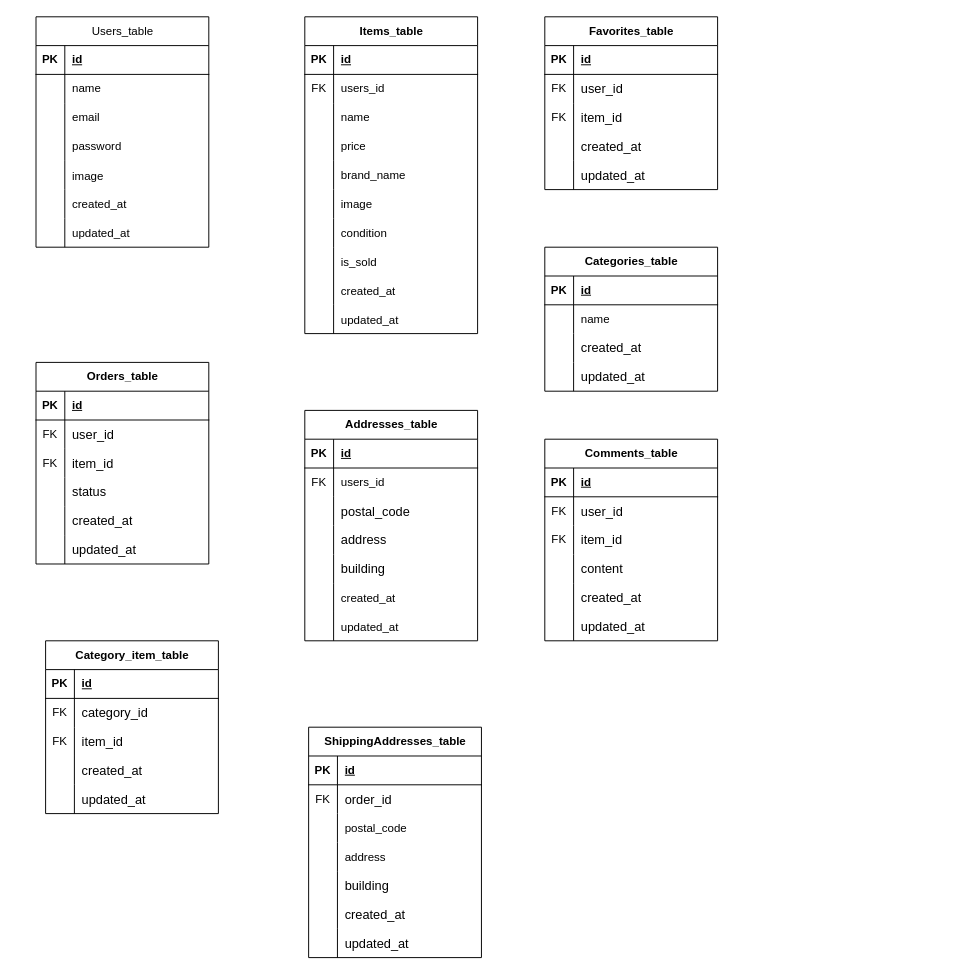
pokimaru3/-Tokaji-Suzuka--mogi-test1 keeps this draw.io diagram as docs/ER.drawio. Above is the earlier version. Source tidied: cells renumbered, new cells numbered last; positions are measured from the earlier drawing's top-left corner, leaving out a move shared by most shapes. Both pictures are drawn from the tidied source at 96%, with x=0, y=0 at pixel (36, 16).
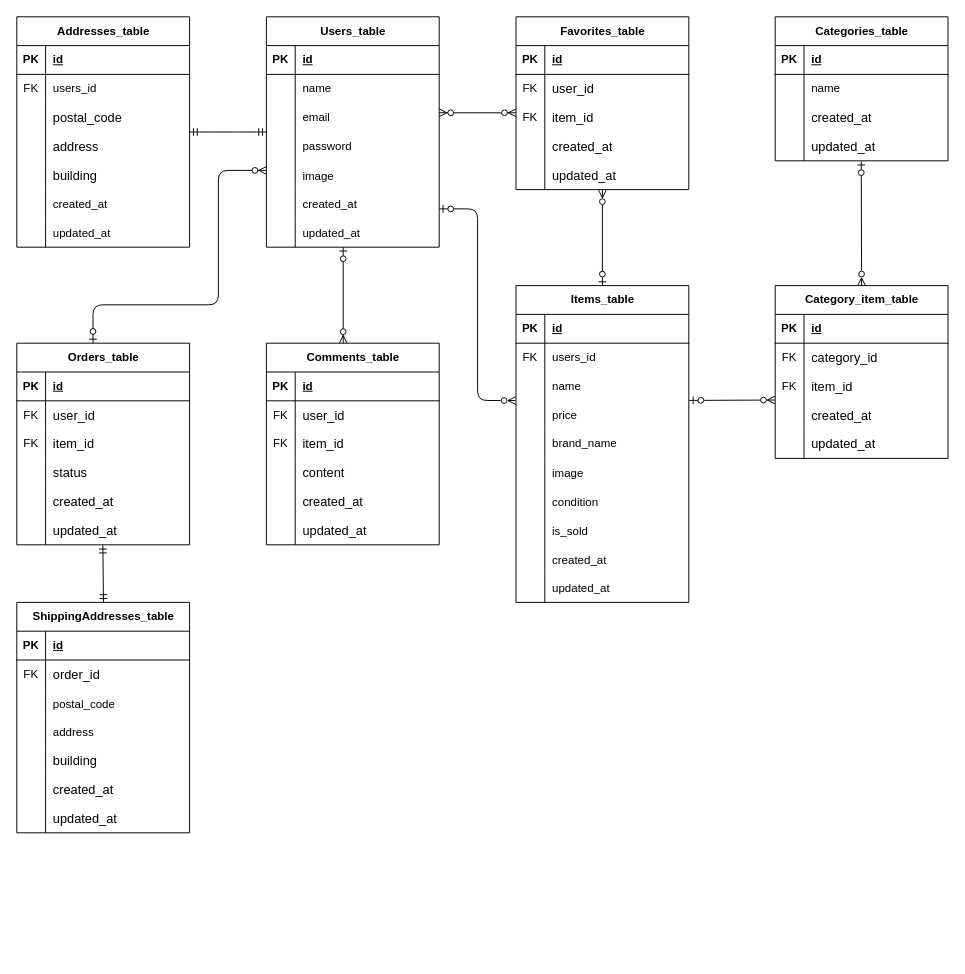
The same diagram, later.

Unchanged cells that the change refers to:
```xml
<mxCell id="9" style="shape=tableRow;horizontal=0;startSize=0;swimlaneHead=0;swimlaneBody=0;fillColor=none;points=[[0,0.5],[1,0.5]];portConstraint=eastwest;top=0;left=0;right=0;bottom=0;" parent="2" vertex="1">
  <mxGeometry y="90" width="180" height="30" as="geometry" />
</mxCell>
<mxCell id="18" style="shape=tableRow;horizontal=0;startSize=0;swimlaneHead=0;swimlaneBody=0;fillColor=none;points=[[0,0.5],[1,0.5]];portConstraint=eastwest;top=0;left=0;right=0;bottom=0;" parent="2" vertex="1">
  <mxGeometry y="180" width="180" height="30" as="geometry" />
</mxCell>
<mxCell id="34" style="shape=tableRow;horizontal=0;startSize=0;swimlaneHead=0;swimlaneBody=0;fillColor=none;points=[[0,0.5],[1,0.5]];portConstraint=eastwest;top=0;left=0;right=0;bottom=0;" parent="24" vertex="1">
  <mxGeometry y="120" width="180" height="30" as="geometry" />
</mxCell>
<mxCell id="71" style="shape=tableRow;horizontal=0;startSize=0;swimlaneHead=0;swimlaneBody=0;fillColor=none;points=[[0,0.5],[1,0.5]];portConstraint=eastwest;top=0;left=0;right=0;bottom=0;" parent="55" vertex="1">
  <mxGeometry y="180" width="180" height="30" as="geometry" />
</mxCell>
<mxCell id="109" style="shape=tableRow;horizontal=0;startSize=0;swimlaneHead=0;swimlaneBody=0;fillColor=none;points=[[0,0.5],[1,0.5]];portConstraint=eastwest;top=0;left=0;right=0;bottom=0;" parent="96" vertex="1">
  <mxGeometry y="150" width="180" height="30" as="geometry" />
</mxCell>
<mxCell id="122" style="shape=tableRow;horizontal=0;startSize=0;swimlaneHead=0;swimlaneBody=0;fillColor=none;points=[[0,0.5],[1,0.5]];portConstraint=eastwest;top=0;left=0;right=0;bottom=0;" parent="112" vertex="1">
  <mxGeometry y="120" width="180" height="30" as="geometry" />
</mxCell>
<mxCell id="154" style="shape=tableRow;horizontal=0;startSize=0;swimlaneHead=0;swimlaneBody=0;fillColor=none;points=[[0,0.5],[1,0.5]];portConstraint=eastwest;top=0;left=0;right=0;bottom=0;" parent="144" vertex="1">
  <mxGeometry y="120" width="180" height="30" as="geometry" />
</mxCell>
```

What changed in the source:
```diff
@@
-    <mxCell id="2" value="Users_table" style="shape=table;startSize=30;childLayout=tableLayout;rowLines=0;fontStyle=0;align=center;html=1;" parent="1" vertex="1">
-      <mxGeometry width="180" height="240" as="geometry" />
+    <mxCell id="2" value="&lt;b&gt;Users_table&lt;/b&gt;" style="shape=table;startSize=30;childLayout=tableLayout;rowLines=0;fontStyle=0;align=center;html=1;" parent="1" vertex="1">
+      <mxGeometry x="240" width="180" height="240" as="geometry" />
     </mxCell>
@@
     <mxCell id="24" value="Items_table" style="shape=table;startSize=30;childLayout=tableLayout;rowLines=0;fontStyle=1;align=center;html=1;" parent="1" vertex="1">
-      <mxGeometry x="280" width="180" height="330" as="geometry" />
+      <mxGeometry x="500" y="280" width="180" height="330" as="geometry" />
     </mxCell>
@@
     <mxCell id="55" value="Orders_table" style="shape=table;startSize=30;childLayout=tableLayout;rowLines=0;fontStyle=1;align=center;html=1;" parent="1" vertex="1">
-      <mxGeometry y="360" width="180" height="210" as="geometry" />
+      <mxGeometry x="-20" y="340" width="180" height="210" as="geometry" />
     </mxCell>
@@
     <mxCell id="74" value="Addresses_table" style="shape=table;startSize=30;childLayout=tableLayout;rowLines=0;fontStyle=1;align=center;html=1;" parent="1" vertex="1">
-      <mxGeometry x="280" y="410" width="180" height="240" as="geometry" />
+      <mxGeometry x="-20" width="180" height="240" as="geometry" />
     </mxCell>
@@
     <mxCell id="96" value="Favorites_table" style="shape=table;startSize=30;childLayout=tableLayout;rowLines=0;fontStyle=1;align=center;html=1;" parent="1" vertex="1">
-      <mxGeometry x="530" width="180" height="180" as="geometry" />
+      <mxGeometry x="500" width="180" height="180" as="geometry" />
     </mxCell>
@@
     <mxCell id="112" value="Categories_table" style="shape=table;startSize=30;childLayout=tableLayout;rowLines=0;fontStyle=1;align=center;html=1;" parent="1" vertex="1">
-      <mxGeometry x="530" y="240" width="180" height="150" as="geometry" />
+      <mxGeometry x="770" width="180" height="150" as="geometry" />
     </mxCell>
@@
     <mxCell id="125" value="Comments_table" style="shape=table;startSize=30;childLayout=tableLayout;rowLines=0;fontStyle=1;align=center;html=1;" parent="1" vertex="1">
-      <mxGeometry x="530" y="440" width="180" height="210" as="geometry" />
+      <mxGeometry x="240" y="340" width="180" height="210" as="geometry" />
     </mxCell>
@@
     <mxCell id="144" value="Category_item_table" style="shape=table;startSize=30;childLayout=tableLayout;rowLines=0;fontStyle=1;align=center;html=1;" parent="1" vertex="1">
-      <mxGeometry x="10" y="650" width="180" height="180" as="geometry" />
+      <mxGeometry x="770" y="280" width="180" height="180" as="geometry" />
     </mxCell>
@@
     <mxCell id="160" value="ShippingAddresses_table" style="shape=table;startSize=30;childLayout=tableLayout;rowLines=0;fontStyle=1;align=center;html=1;" parent="1" vertex="1">
-      <mxGeometry x="284" y="740" width="180" height="240" as="geometry" />
+      <mxGeometry x="-20" y="610" width="180" height="240" as="geometry" />
     </mxCell>
@@
+    <mxCell id="182" style="edgeStyle=entityRelationEdgeStyle;fontSize=12;html=1;endArrow=ERmandOne;startArrow=ERmandOne;" parent="1" edge="1">
+      <mxGeometry relative="1" as="geometry">
+        <mxPoint x="160" y="120" as="sourcePoint" />
+        <mxPoint x="240" y="120" as="targetPoint" />
+      </mxGeometry>
+    </mxCell>
+    <mxCell id="183" style="edgeStyle=orthogonalEdgeStyle;fontSize=12;html=1;endArrow=ERzeroToMany;startArrow=ERzeroToOne;exitX=0.441;exitY=-0.001;exitDx=0;exitDy=0;exitPerimeter=0;" parent="1" edge="1" source="55">
+      <mxGeometry relative="1" as="geometry">
+        <mxPoint x="240" y="160" as="targetPoint" />
+        <Array as="points">
+          <mxPoint x="59" y="300" />
+          <mxPoint x="190" y="300" />
+          <mxPoint x="190" y="160" />
+          <mxPoint x="230" y="160" />
+        </Array>
+      </mxGeometry>
+    </mxCell>
+    <mxCell id="184" style="fontSize=12;html=1;endArrow=ERmandOne;startArrow=ERmandOne;exitX=0.467;exitY=-0.005;exitDx=0;exitDy=0;exitPerimeter=0;entryX=0.498;entryY=1.015;entryDx=0;entryDy=0;entryPerimeter=0;" parent="1" edge="1" target="71">
+      <mxGeometry relative="1" as="geometry">
+        <mxPoint x="70.3" y="610" as="sourcePoint" />
+      </mxGeometry>
+    </mxCell>
+    <mxCell id="185" style="fontSize=12;html=1;endArrow=ERzeroToMany;startArrow=ERzeroToOne;" parent="1" edge="1">
+      <mxGeometry relative="1" as="geometry">
+        <mxPoint x="320" y="240" as="sourcePoint" />
+        <mxPoint x="320" y="340" as="targetPoint" />
+      </mxGeometry>
+    </mxCell>
+    <mxCell id="186" style="fontSize=12;html=1;endArrow=ERzeroToMany;endFill=1;startArrow=ERzeroToMany;exitX=1;exitY=0.332;exitDx=0;exitDy=0;exitPerimeter=0;" parent="1" edge="1" source="9">
+      <mxGeometry relative="1" as="geometry">
+        <mxPoint x="500" y="100" as="targetPoint" />
+      </mxGeometry>
+    </mxCell>
+    <mxCell id="187" style="fontSize=12;html=1;endArrow=ERzeroToMany;startArrow=ERzeroToOne;edgeStyle=orthogonalEdgeStyle;exitX=1;exitY=0.669;exitDx=0;exitDy=0;exitPerimeter=0;endFill=0;entryX=-0.002;entryY=-0.009;entryDx=0;entryDy=0;entryPerimeter=0;" parent="1" edge="1" source="18" target="34">
+      <mxGeometry relative="1" as="geometry">
+        <Array as="points">
+          <mxPoint x="460" y="200" />
+          <mxPoint x="460" y="400" />
+        </Array>
+      </mxGeometry>
+    </mxCell>
+    <mxCell id="188" style="fontSize=12;html=1;endArrow=ERzeroToMany;startArrow=ERzeroToOne;exitX=0.5;exitY=0;exitDx=0;exitDy=0;endFill=0;entryX=0.5;entryY=1.018;entryDx=0;entryDy=0;entryPerimeter=0;" parent="1" edge="1" source="24" target="109">
+      <mxGeometry relative="1" as="geometry" />
+    </mxCell>
+    <mxCell id="189" style="fontSize=12;html=1;endArrow=ERzeroToMany;startArrow=ERzeroToOne;endFill=0;entryX=-0.001;entryY=-0.027;entryDx=0;entryDy=0;entryPerimeter=0;exitX=1.003;exitY=-0.013;exitDx=0;exitDy=0;exitPerimeter=0;" parent="1" edge="1" source="34" target="154">
+      <mxGeometry relative="1" as="geometry" />
+    </mxCell>
+    <mxCell id="190" style="fontSize=12;html=1;endArrow=ERzeroToMany;startArrow=ERzeroToOne;endFill=0;entryX=0.5;entryY=0;entryDx=0;entryDy=0;exitX=0.498;exitY=1.012;exitDx=0;exitDy=0;exitPerimeter=0;" parent="1" edge="1" source="122" target="144">
+      <mxGeometry relative="1" as="geometry" />
+    </mxCell>
```
